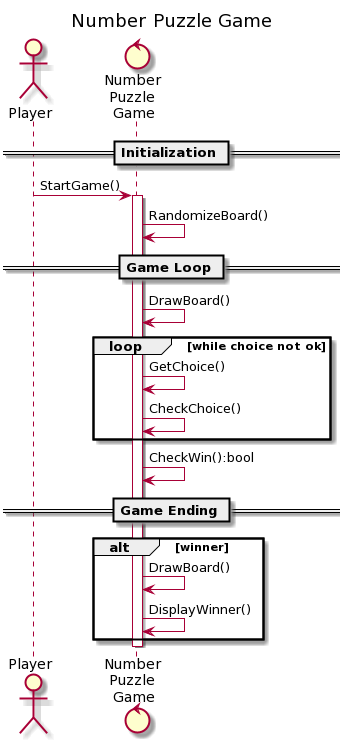
deeperj/rust keeps this PlantUML diagram as schema/puzzle sequence.png. Above is the earlier version. The source it was exported from:
```plantuml
@startuml
title Number Puzzle Game



actor Player
control "Number \nPuzzle \nGame" as Game

== Initialization ==

Player -> Game : StartGame()
activate Game
Game -> Game : RandomizeBoard()

== Game Loop ==
Game -> Game : DrawBoard()
loop while choice not ok
    Game -> Game: GetChoice()
    Game -> Game : CheckChoice()
end
Game -> Game : CheckWin():bool
== Game Ending ==
alt winner
    Game -> Game : DrawBoard()
    Game -> Game : DisplayWinner()
end
deactivate Game
@enduml
```
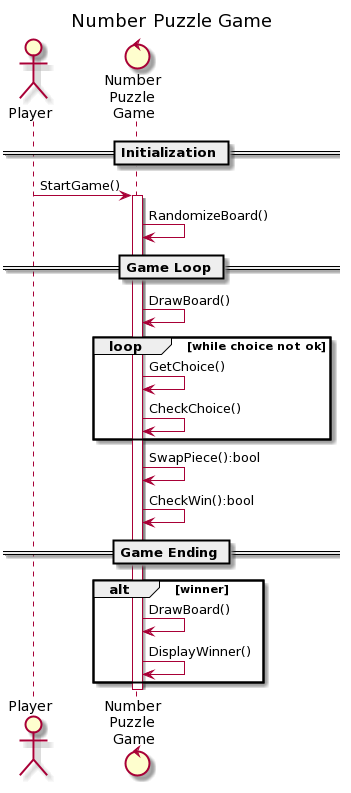
The same diagram one commit later.

What changed in the source:
```diff
@@ -18,6 +18,7 @@
     Game -> Game: GetChoice()
     Game -> Game : CheckChoice()
 end
+Game -> Game : SwapPiece():bool
 Game -> Game : CheckWin():bool
 == Game Ending ==
 alt winner
```
